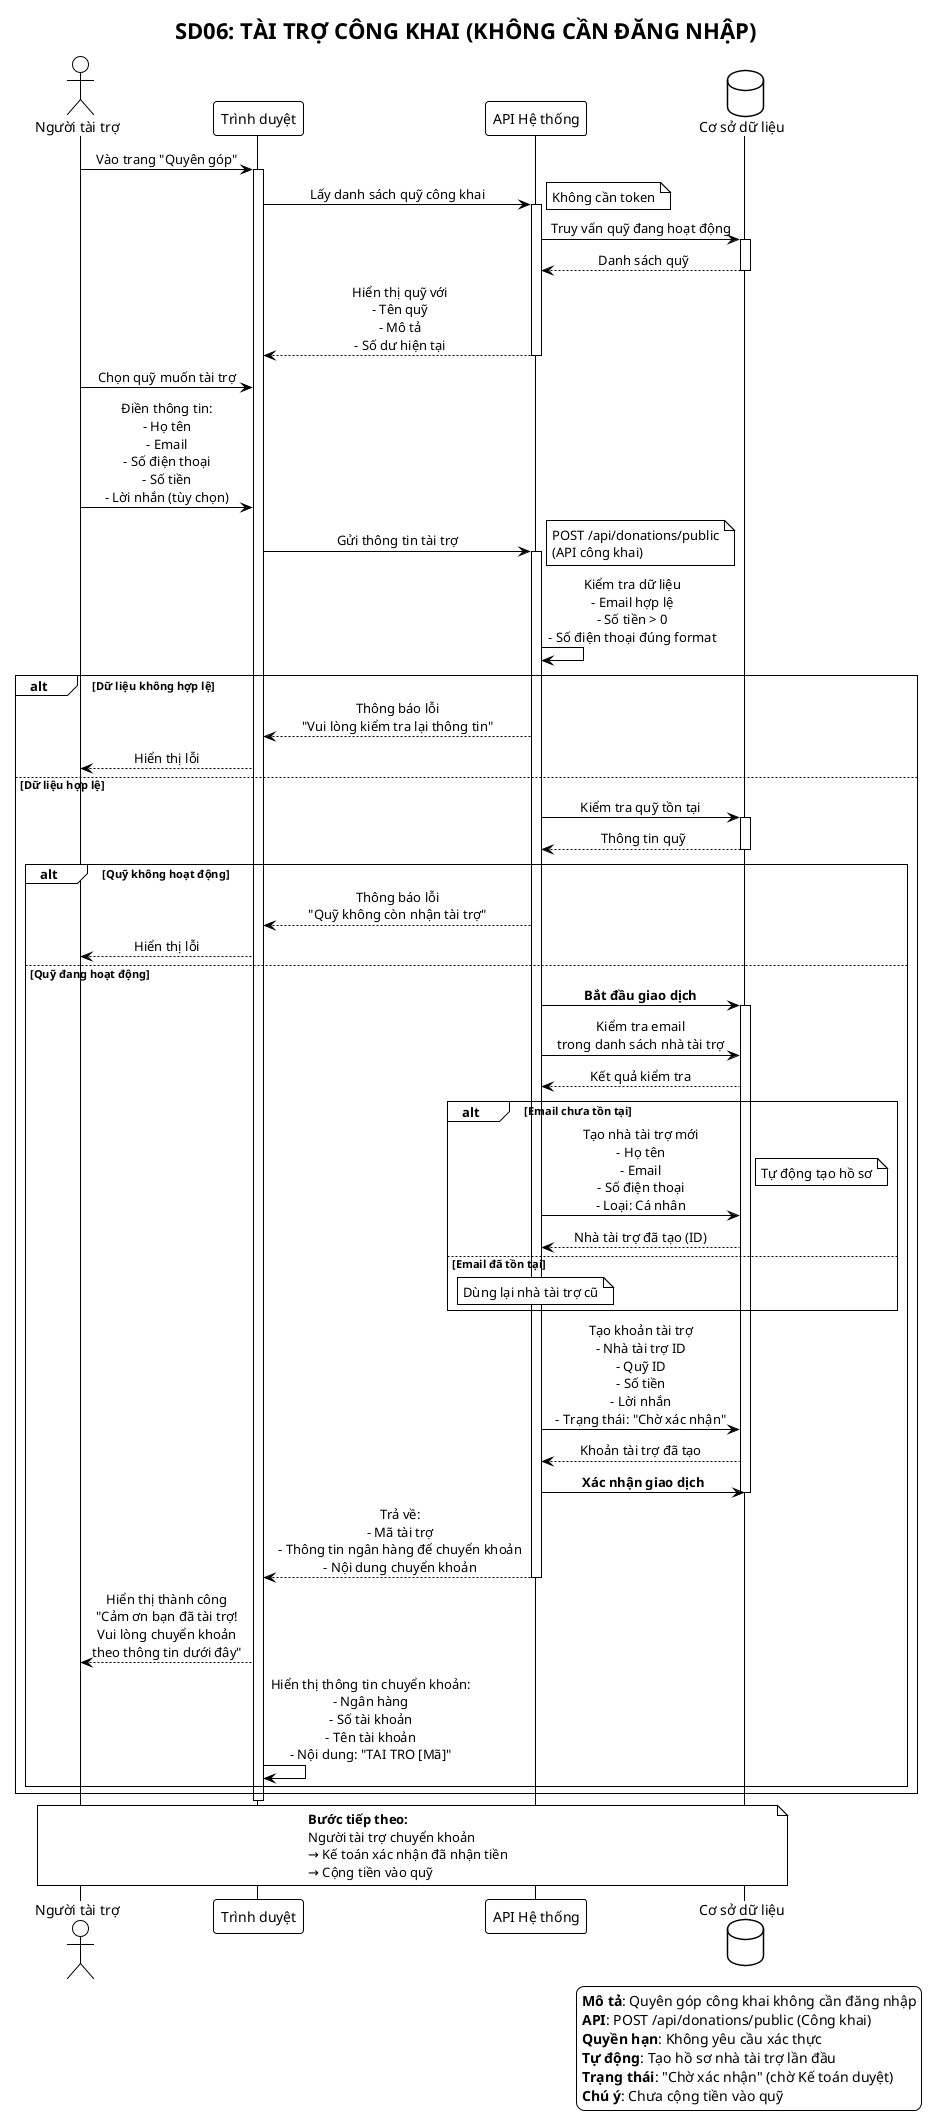
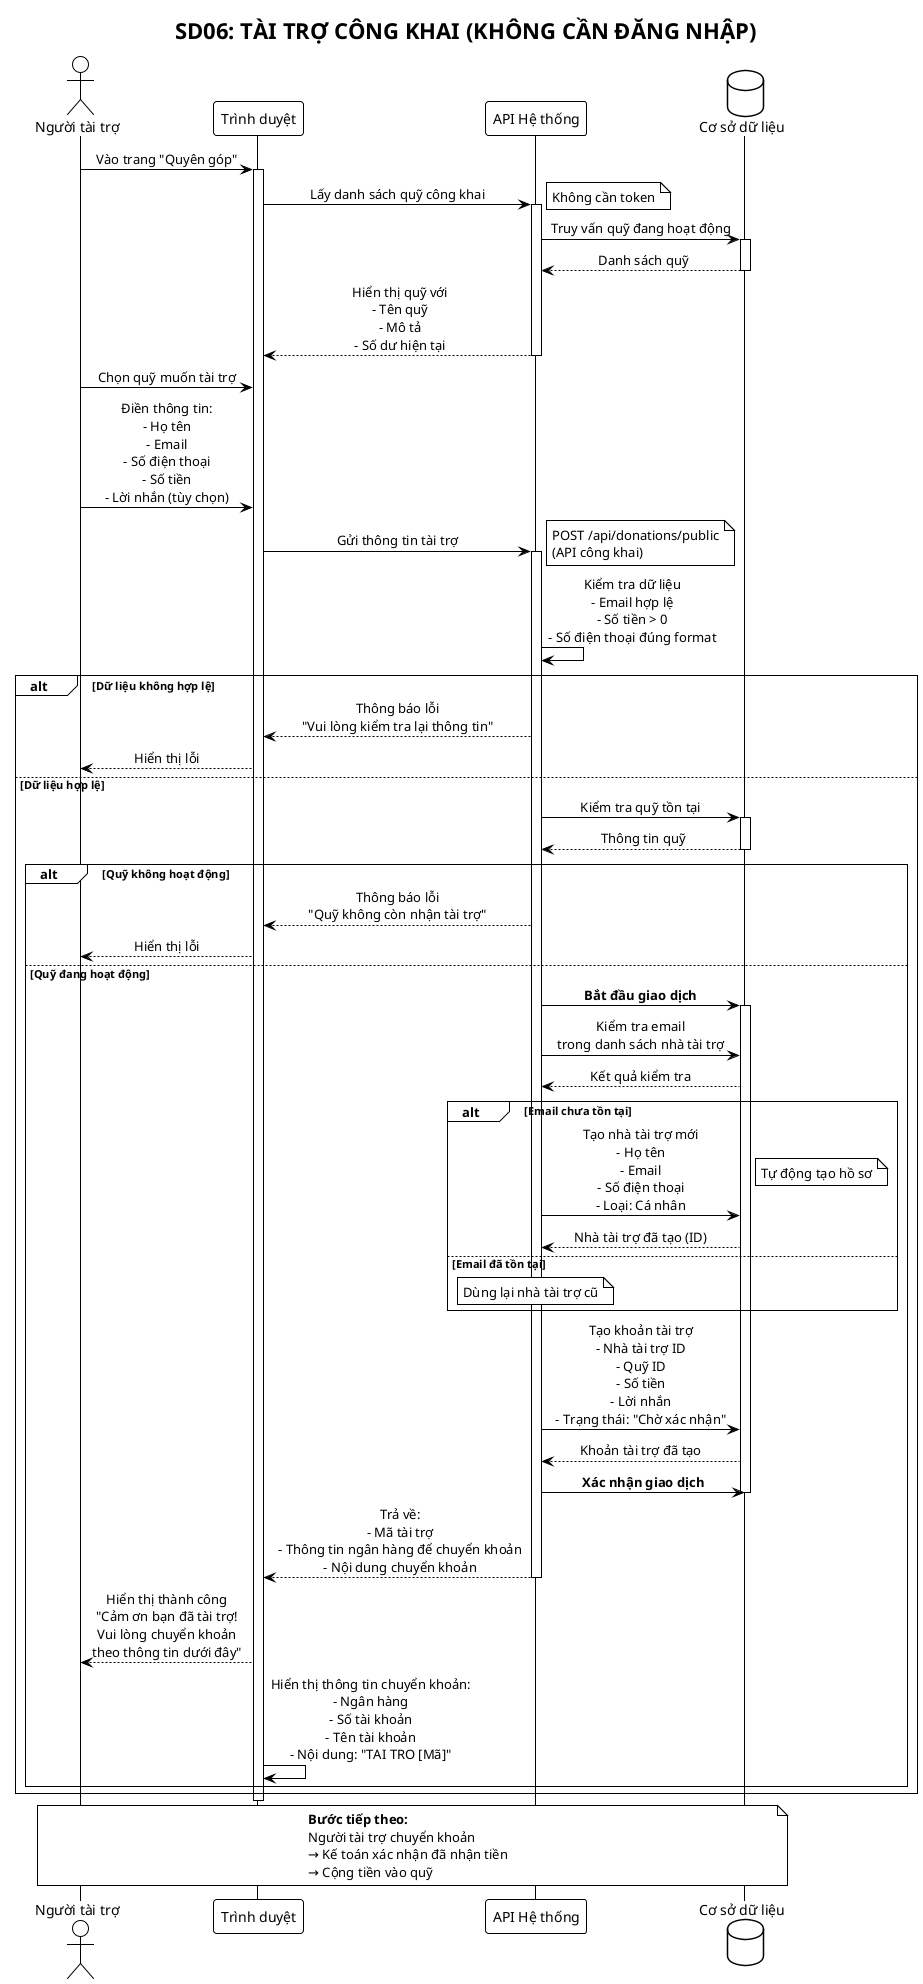
@startuml SD06_Tai_Tro_Cong_Khai
!theme plain
skinparam backgroundColor #FFFFFF
skinparam sequenceMessageAlign center

title **SD06: TÀI TRỢ CÔNG KHAI (KHÔNG CẦN ĐĂNG NHẬP)**

actor "Người tài trợ" as Donor
participant "Trình duyệt" as Browser
participant "API Hệ thống" as API
database "Cơ sở dữ liệu" as DB

Donor -> Browser: Vào trang "Quyên góp"
activate Browser

Browser -> API: Lấy danh sách quỹ công khai
activate API
note right: Không cần token
API -> DB: Truy vấn quỹ đang hoạt động
activate DB
DB --> API: Danh sách quỹ
deactivate DB
API --> Browser: Hiển thị quỹ với\n- Tên quỹ\n- Mô tả\n- Số dư hiện tại
deactivate API

Donor -> Browser: Chọn quỹ muốn tài trợ
Donor -> Browser: Điền thông tin:\n- Họ tên\n- Email\n- Số điện thoại\n- Số tiền\n- Lời nhắn (tùy chọn)

Browser -> API: Gửi thông tin tài trợ
activate API
note right: POST /api/donations/public\n(API công khai)

API -> API: Kiểm tra dữ liệu\n- Email hợp lệ\n- Số tiền > 0\n- Số điện thoại đúng format

alt Dữ liệu không hợp lệ
    API --> Browser: Thông báo lỗi\n"Vui lòng kiểm tra lại thông tin"
    Browser --> Donor: Hiển thị lỗi
else Dữ liệu hợp lệ
    API -> DB: Kiểm tra quỹ tồn tại
    activate DB
    DB --> API: Thông tin quỹ
    deactivate DB

    alt Quỹ không hoạt động
        API --> Browser: Thông báo lỗi\n"Quỹ không còn nhận tài trợ"
        Browser --> Donor: Hiển thị lỗi
    else Quỹ đang hoạt động
        API -> DB: **Bắt đầu giao dịch**
        activate DB

        API -> DB: Kiểm tra email\ntrong danh sách nhà tài trợ
        DB --> API: Kết quả kiểm tra

        alt Email chưa tồn tại
            API -> DB: Tạo nhà tài trợ mới\n- Họ tên\n- Email\n- Số điện thoại\n- Loại: Cá nhân
            note right: Tự động tạo hồ sơ
            DB --> API: Nhà tài trợ đã tạo (ID)
        else Email đã tồn tại
            note over API: Dùng lại nhà tài trợ cũ
        end

        API -> DB: Tạo khoản tài trợ\n- Nhà tài trợ ID\n- Quỹ ID\n- Số tiền\n- Lời nhắn\n- Trạng thái: "Chờ xác nhận"
        DB --> API: Khoản tài trợ đã tạo

        API -> DB: **Xác nhận giao dịch**
        deactivate DB

        API --> Browser: Trả về:\n- Mã tài trợ\n- Thông tin ngân hàng để chuyển khoản\n- Nội dung chuyển khoản
        deactivate API

        Browser --> Donor: Hiển thị thành công\n"Cảm ơn bạn đã tài trợ!\nVui lòng chuyển khoản\ntheo thông tin dưới đây"

        Browser -> Browser: Hiển thị thông tin chuyển khoản:\n- Ngân hàng\n- Số tài khoản\n- Tên tài khoản\n- Nội dung: "TAI TRO [Mã]"
    end
end

deactivate Browser

note over Donor, DB
**Bước tiếp theo:**
Người tài trợ chuyển khoản
→ Kế toán xác nhận đã nhận tiền
→ Cộng tiền vào quỹ
end note

- legend right
- **Mô tả**: Quyên góp công khai không cần đăng nhập
- **API**: POST /api/donations/public (Công khai)
- **Quyền hạn**: Không yêu cầu xác thực
- **Tự động**: Tạo hồ sơ nhà tài trợ lần đầu
- **Trạng thái**: "Chờ xác nhận" (chờ Kế toán duyệt)
- **Chú ý**: Chưa cộng tiền vào quỹ
- endlegend
- 
@enduml
